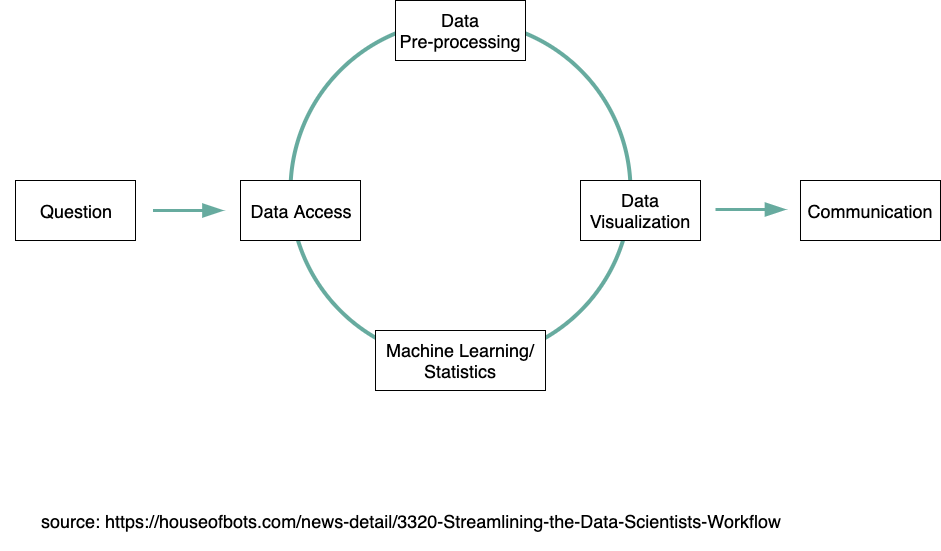
Before: img/ds-workflow.png, a diagram exported from draw.io (sereprz/from-hot-mess-to-information). Source tidied: cells renumbered, new cells last; positions are measured from the earlier drawing's top-left corner, leaving out a move shared by most shapes.
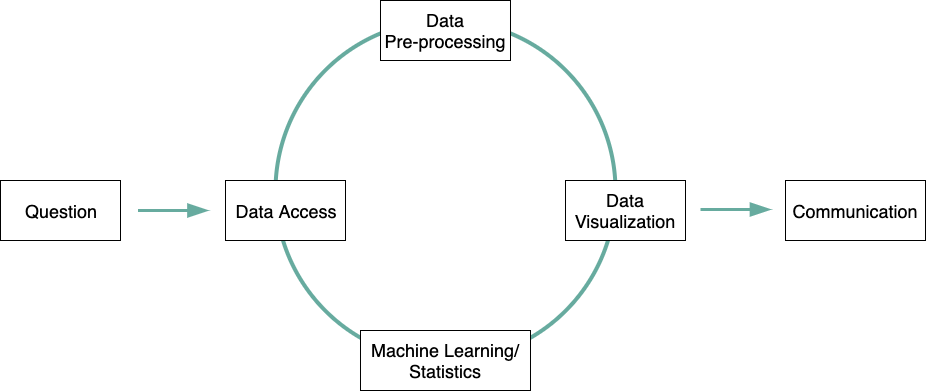
Later version of the same file.

The edit, as a diff of the source:
```diff
@@ -35,8 +35,5 @@
         <mxPoint x="785" y="209" as="targetPoint" />
       </mxGeometry>
     </mxCell>
-    <mxCell id="11" value="source: https://houseofbots.com/news-detail/3320-Streamlining-the-Data-Scientists-Workflow" style="text;html=1;strokeColor=none;fillColor=none;align=center;verticalAlign=middle;whiteSpace=wrap;rounded=0;fontSize=18;" parent="1" vertex="1">
-      <mxGeometry y="490" width="820" height="60" as="geometry" />
-    </mxCell>
   </root>
 </mxGraphModel>
```
